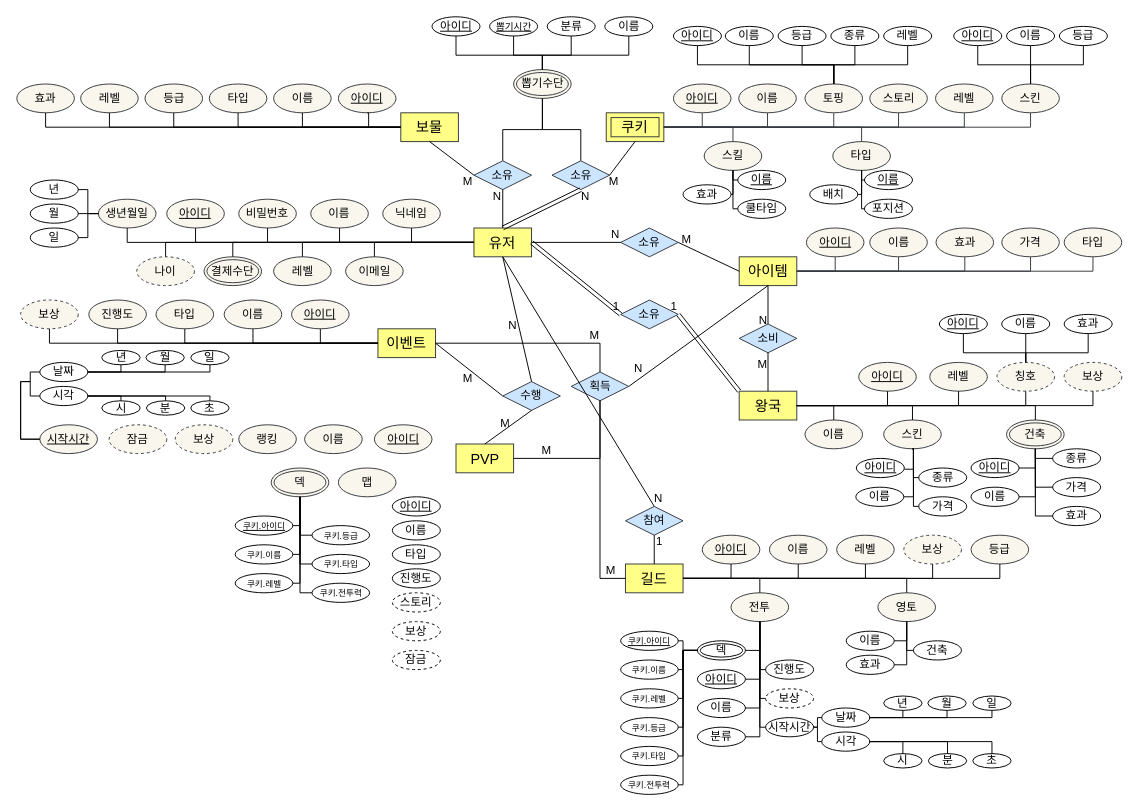
Earlier version of the draw.io diagram page "페이지-2" (2 of 3) of 제목 없는 다이어그램.drawio (breeze234/web1). Source tidied: cells renumbered, new cells numbered last; positions are measured from the earlier drawing's top-left corner, leaving out a move shared by most shapes. Both pictures are drawn from the tidied source at 96%, with x=0, y=0 at pixel (16, 16).
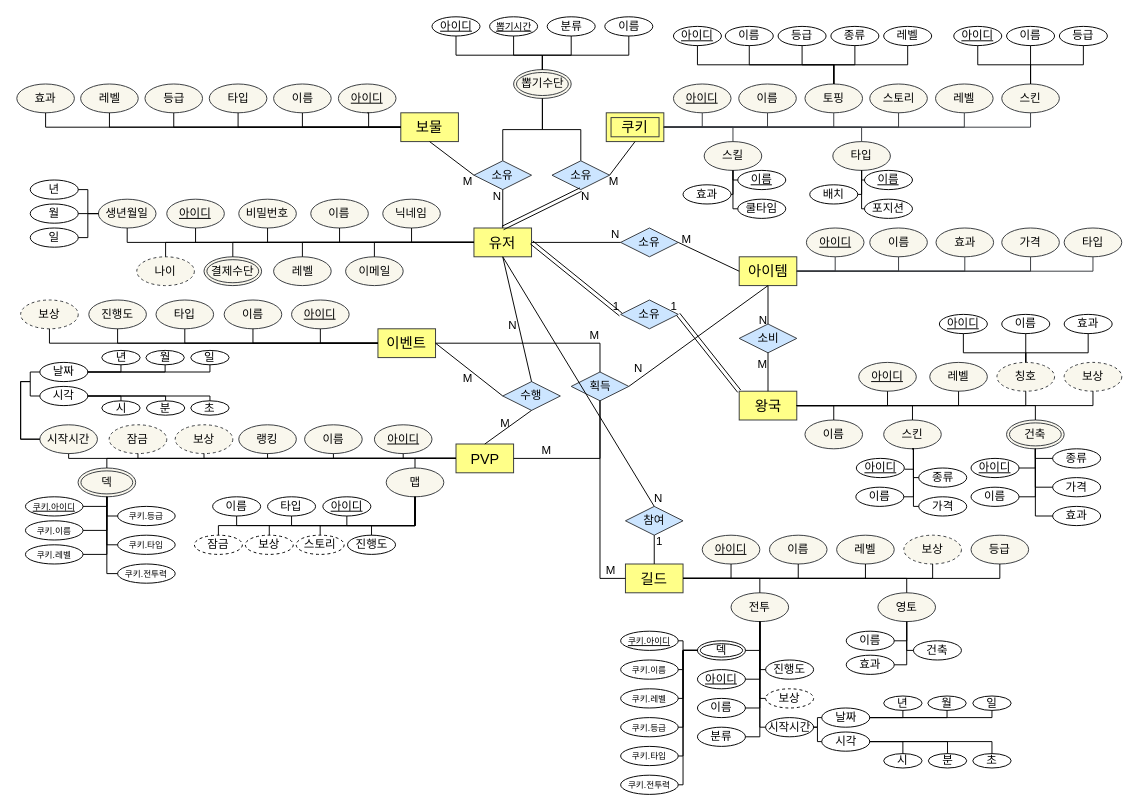
The same diagram, later.

Commit message (it also covers changes not shown here):
제목 없는 다이어그램.drawio 업데이트

The change refers to these unchanged cells:
```xml
<mxCell id="78" value="&lt;font style=&quot;font-size: 15px;&quot;&gt;PVP&lt;/font&gt;" style="whiteSpace=wrap;html=1;align=center;fillColor=#ffff88;strokeColor=#36393d;" parent="1" vertex="1">
  <mxGeometry x="457.5" y="445" width="60" height="30" as="geometry" />
</mxCell>
<mxCell id="120" value="&lt;u&gt;&lt;font style=&quot;font-size: 12px;&quot;&gt;아이디&lt;/font&gt;&lt;/u&gt;" style="ellipse;whiteSpace=wrap;html=1;fillColor=#f9f7ed;strokeColor=#36393d;" parent="1" vertex="1">
  <mxGeometry x="372.5" y="425" width="60" height="30" as="geometry" />
</mxCell>
<mxCell id="121" value="이름" style="ellipse;whiteSpace=wrap;html=1;fillColor=#f9f7ed;strokeColor=#36393d;" parent="1" vertex="1">
  <mxGeometry x="299.8" y="425" width="60" height="30" as="geometry" />
</mxCell>
<mxCell id="124" value="보상" style="ellipse;whiteSpace=wrap;html=1;dashed=1;fillColor=#f9f7ed;strokeColor=#36393d;" parent="1" vertex="1">
  <mxGeometry x="165" y="425" width="60" height="30" as="geometry" />
</mxCell>
<mxCell id="248" value="랭킹" style="ellipse;whiteSpace=wrap;html=1;fillColor=#f9f7ed;strokeColor=#36393d;" parent="1" vertex="1">
  <mxGeometry x="231.2" y="425" width="60" height="30" as="geometry" />
</mxCell>
<mxCell id="249" value="잠금" style="ellipse;whiteSpace=wrap;html=1;dashed=1;fillColor=#f9f7ed;strokeColor=#36393d;" parent="1" vertex="1">
  <mxGeometry x="96.2" y="425" width="60" height="30" as="geometry" />
</mxCell>
```

The edit, as a diff of the source:
```diff
@@
     <mxCell id="122" value="덱" style="ellipse;shape=doubleEllipse;margin=3;whiteSpace=wrap;html=1;align=center;fillColor=#f9f7ed;strokeColor=#36393d;" parent="1" vertex="1">
-      <mxGeometry x="265" y="470" width="60" height="30" as="geometry" />
+      <mxGeometry x="63.8" y="470" width="60" height="30" as="geometry" />
     </mxCell>
     <mxCell id="123" value="맵" style="ellipse;whiteSpace=wrap;html=1;fillColor=#f9f7ed;strokeColor=#36393d;" parent="1" vertex="1">
-      <mxGeometry x="335" y="470" width="60" height="30" as="geometry" />
+      <mxGeometry x="384.8" y="470" width="60" height="30" as="geometry" />
     </mxCell>
@@
-    <mxCell id="125" value="&lt;u&gt;시작시간&lt;/u&gt;" style="ellipse;whiteSpace=wrap;html=1;fillColor=#f9f7ed;strokeColor=#36393d;" parent="1" vertex="1">
+    <mxCell id="125" value="시작시간" style="ellipse;whiteSpace=wrap;html=1;fillColor=#f9f7ed;strokeColor=#36393d;" parent="1" vertex="1">
       <mxGeometry x="24" y="425" width="60" height="30" as="geometry" />
     </mxCell>
     <mxCell id="126" value="&lt;font style=&quot;font-size: 9px;&quot;&gt;&lt;u&gt;쿠키.아이디&lt;/u&gt;&lt;/font&gt;" style="ellipse;whiteSpace=wrap;html=1;" parent="1" vertex="1">
-      <mxGeometry x="227.5" y="520" width="60" height="20" as="geometry" />
+      <mxGeometry x="9" y="500" width="60" height="20" as="geometry" />
     </mxCell>
     <mxCell id="127" value="&lt;font style=&quot;font-size: 9px;&quot;&gt;쿠키.이름&lt;/font&gt;" style="ellipse;whiteSpace=wrap;html=1;" parent="1" vertex="1">
-      <mxGeometry x="227.5" y="550" width="60" height="20" as="geometry" />
+      <mxGeometry x="9" y="525" width="60" height="20" as="geometry" />
     </mxCell>
     <mxCell id="128" value="&lt;font style=&quot;font-size: 9px;&quot;&gt;쿠키.레벨&lt;/font&gt;" style="ellipse;whiteSpace=wrap;html=1;" parent="1" vertex="1">
-      <mxGeometry x="227.5" y="580" width="60" height="20" as="geometry" />
+      <mxGeometry x="9" y="550" width="60" height="20" as="geometry" />
     </mxCell>
     <mxCell id="129" value="&lt;font style=&quot;font-size: 9px;&quot;&gt;쿠키.등급&lt;/font&gt;" style="ellipse;whiteSpace=wrap;html=1;" parent="1" vertex="1">
-      <mxGeometry x="307.5" y="530" width="60" height="20" as="geometry" />
+      <mxGeometry x="105" y="510" width="60" height="20" as="geometry" />
     </mxCell>
     <mxCell id="130" value="&lt;font style=&quot;font-size: 9px;&quot;&gt;쿠키.타입&lt;/font&gt;" style="ellipse;whiteSpace=wrap;html=1;" parent="1" vertex="1">
-      <mxGeometry x="307.5" y="560" width="60" height="20" as="geometry" />
+      <mxGeometry x="105" y="540" width="60" height="20" as="geometry" />
     </mxCell>
     <mxCell id="131" value="&lt;font style=&quot;font-size: 9px;&quot;&gt;쿠키.전투력&lt;/font&gt;" style="ellipse;whiteSpace=wrap;html=1;" parent="1" vertex="1">
-      <mxGeometry x="307.5" y="590" width="60" height="20" as="geometry" />
+      <mxGeometry x="105" y="570" width="60" height="20" as="geometry" />
     </mxCell>
     <mxCell id="132" style="endArrow=none;html=1;rounded=0;exitX=0.5;exitY=1;exitDx=0;exitDy=0;edgeStyle=orthogonalEdgeStyle;entryX=1;entryY=0.5;entryDx=0;entryDy=0;" parent="1" edge="1" source="122" target="128">
       <mxGeometry relative="1" as="geometry">
         <Array as="points">
-          <mxPoint x="294.5" y="590" />
+          <mxPoint x="94" y="560" />
         </Array>
       </mxGeometry>
     </mxCell>
     <mxCell id="133" style="endArrow=none;html=1;rounded=0;edgeStyle=orthogonalEdgeStyle;entryX=0.5;entryY=1;entryDx=0;entryDy=0;exitX=0;exitY=0.5;exitDx=0;exitDy=0;" parent="1" edge="1" source="131" target="122">
       <mxGeometry relative="1" as="geometry">
         <Array as="points">
-          <mxPoint x="294.5" y="600" />
+          <mxPoint x="94" y="580" />
         </Array>
       </mxGeometry>
     </mxCell>
@@
     <mxCell id="136" style="endArrow=none;html=1;rounded=0;edgeStyle=orthogonalEdgeStyle;entryX=0.5;entryY=1;entryDx=0;entryDy=0;exitX=1;exitY=0.5;exitDx=0;exitDy=0;" parent="1" edge="1" source="126" target="122">
       <mxGeometry relative="1" as="geometry">
         <Array as="points">
-          <mxPoint x="295.5" y="530" />
+          <mxPoint x="94" y="510" />
+          <mxPoint x="94" y="500" />
         </Array>
       </mxGeometry>
     </mxCell>
     <mxCell id="137" style="endArrow=none;html=1;rounded=0;edgeStyle=orthogonalEdgeStyle;entryX=0.5;entryY=1;entryDx=0;entryDy=0;exitX=1;exitY=0.5;exitDx=0;exitDy=0;" parent="1" edge="1" source="127" target="122">
       <mxGeometry relative="1" as="geometry">
         <Array as="points">
-          <mxPoint x="295.5" y="560" />
+          <mxPoint x="94" y="535" />
+          <mxPoint x="94" y="500" />
         </Array>
       </mxGeometry>
     </mxCell>
@@
     <mxCell id="250" value="&lt;u&gt;아이디&lt;/u&gt;" style="ellipse;whiteSpace=wrap;html=1;" parent="1" vertex="1">
-      <mxGeometry x="391.2" y="500" width="50" height="20" as="geometry" />
+      <mxGeometry x="318.8" y="500" width="50" height="20" as="geometry" />
     </mxCell>
     <mxCell id="251" value="이름" style="ellipse;whiteSpace=wrap;html=1;" parent="1" vertex="1">
-      <mxGeometry x="391.2" y="525" width="50" height="20" as="geometry" />
+      <mxGeometry x="204" y="500" width="50" height="20" as="geometry" />
     </mxCell>
     <mxCell id="252" value="타입" style="ellipse;whiteSpace=wrap;html=1;" parent="1" vertex="1">
-      <mxGeometry x="391.2" y="550" width="50" height="20" as="geometry" />
+      <mxGeometry x="261.2" y="500" width="50" height="20" as="geometry" />
     </mxCell>
     <mxCell id="253" value="진행도" style="ellipse;whiteSpace=wrap;html=1;" parent="1" vertex="1">
-      <mxGeometry x="391.2" y="575" width="50" height="20" as="geometry" />
+      <mxGeometry x="344.5" y="540" width="50" height="20" as="geometry" />
     </mxCell>
     <mxCell id="254" value="스토리" style="ellipse;whiteSpace=wrap;html=1;dashed=1;" parent="1" vertex="1">
-      <mxGeometry x="391.2" y="600" width="50" height="20" as="geometry" />
+      <mxGeometry x="291" y="540" width="50" height="20" as="geometry" />
     </mxCell>
     <mxCell id="255" value="보상" style="ellipse;whiteSpace=wrap;html=1;dashed=1;" parent="1" vertex="1">
-      <mxGeometry x="391.2" y="630" width="50" height="20" as="geometry" />
+      <mxGeometry x="238" y="540" width="50" height="20" as="geometry" />
     </mxCell>
     <mxCell id="256" value="잠금" style="ellipse;whiteSpace=wrap;html=1;dashed=1;" parent="1" vertex="1">
-      <mxGeometry x="391.2" y="660" width="50" height="20" as="geometry" />
+      <mxGeometry x="185" y="540" width="50" height="20" as="geometry" />
     </mxCell>
@@
+    <mxCell id="310" style="endArrow=none;html=1;rounded=0;exitX=0.5;exitY=1;exitDx=0;exitDy=0;entryX=0;entryY=0.5;entryDx=0;entryDy=0;edgeStyle=orthogonalEdgeStyle;" parent="1" edge="1" source="125" target="78">
+      <mxGeometry relative="1" as="geometry">
+        <Array as="points">
+          <mxPoint x="54" y="460" />
+        </Array>
+      </mxGeometry>
+    </mxCell>
+    <mxCell id="311" style="endArrow=none;html=1;rounded=0;exitX=0.5;exitY=1;exitDx=0;exitDy=0;entryX=0;entryY=0.5;entryDx=0;entryDy=0;edgeStyle=orthogonalEdgeStyle;" parent="1" edge="1" source="249" target="78">
+      <mxGeometry relative="1" as="geometry">
+        <Array as="points">
+          <mxPoint x="126" y="460" />
+        </Array>
+      </mxGeometry>
+    </mxCell>
+    <mxCell id="312" style="endArrow=none;html=1;rounded=0;exitX=0.5;exitY=1;exitDx=0;exitDy=0;entryX=0;entryY=0.5;entryDx=0;entryDy=0;edgeStyle=orthogonalEdgeStyle;" parent="1" edge="1" source="124" target="78">
+      <mxGeometry relative="1" as="geometry">
+        <Array as="points">
+          <mxPoint x="195" y="460" />
+        </Array>
+      </mxGeometry>
+    </mxCell>
+    <mxCell id="313" style="endArrow=none;html=1;rounded=0;exitX=0.5;exitY=1;exitDx=0;exitDy=0;entryX=0;entryY=0.5;entryDx=0;entryDy=0;edgeStyle=orthogonalEdgeStyle;" parent="1" edge="1" source="248" target="78">
+      <mxGeometry relative="1" as="geometry">
+        <Array as="points">
+          <mxPoint x="261" y="460" />
+        </Array>
+      </mxGeometry>
+    </mxCell>
+    <mxCell id="314" style="endArrow=none;html=1;rounded=0;exitX=0.5;exitY=1;exitDx=0;exitDy=0;entryX=0;entryY=0.5;entryDx=0;entryDy=0;edgeStyle=orthogonalEdgeStyle;" parent="1" edge="1" source="121" target="78">
+      <mxGeometry relative="1" as="geometry">
+        <Array as="points">
+          <mxPoint x="330" y="460" />
+        </Array>
+      </mxGeometry>
+    </mxCell>
+    <mxCell id="315" style="endArrow=none;html=1;rounded=0;exitX=0.5;exitY=1;exitDx=0;exitDy=0;entryX=0;entryY=0.5;entryDx=0;entryDy=0;edgeStyle=orthogonalEdgeStyle;" parent="1" edge="1" source="120" target="78">
+      <mxGeometry relative="1" as="geometry">
+        <Array as="points">
+          <mxPoint x="403" y="460" />
+        </Array>
+      </mxGeometry>
+    </mxCell>
+    <mxCell id="316" style="endArrow=none;html=1;rounded=0;exitX=0.5;exitY=0;exitDx=0;exitDy=0;entryX=0;entryY=0.5;entryDx=0;entryDy=0;edgeStyle=orthogonalEdgeStyle;" parent="1" edge="1" source="122" target="78">
+      <mxGeometry relative="1" as="geometry" />
+    </mxCell>
+    <mxCell id="317" style="endArrow=none;html=1;rounded=0;exitX=0.5;exitY=0;exitDx=0;exitDy=0;entryX=0;entryY=0.5;entryDx=0;entryDy=0;edgeStyle=orthogonalEdgeStyle;" parent="1" edge="1" source="123" target="78">
+      <mxGeometry relative="1" as="geometry" />
+    </mxCell>
+    <mxCell id="318" style="endArrow=none;html=1;rounded=0;entryX=0.5;entryY=1;entryDx=0;entryDy=0;exitX=0.5;exitY=1;exitDx=0;exitDy=0;edgeStyle=orthogonalEdgeStyle;" parent="1" edge="1" source="251" target="123">
+      <mxGeometry relative="1" as="geometry" />
+    </mxCell>
+    <mxCell id="319" style="endArrow=none;html=1;rounded=0;entryX=0.5;entryY=1;entryDx=0;entryDy=0;exitX=0.5;exitY=0;exitDx=0;exitDy=0;edgeStyle=orthogonalEdgeStyle;" parent="1" edge="1" source="256" target="123">
+      <mxGeometry relative="1" as="geometry">
+        <Array as="points">
+          <mxPoint x="210" y="530" />
+          <mxPoint x="415" y="530" />
+        </Array>
+      </mxGeometry>
+    </mxCell>
+    <mxCell id="320" style="endArrow=none;html=1;rounded=0;entryX=0.5;entryY=1;entryDx=0;entryDy=0;exitX=0.5;exitY=0;exitDx=0;exitDy=0;edgeStyle=orthogonalEdgeStyle;" parent="1" edge="1" source="255" target="123">
+      <mxGeometry relative="1" as="geometry">
+        <Array as="points">
+          <mxPoint x="263" y="530" />
+          <mxPoint x="415" y="530" />
+        </Array>
+      </mxGeometry>
+    </mxCell>
+    <mxCell id="321" style="endArrow=none;html=1;rounded=0;entryX=0.5;entryY=1;entryDx=0;entryDy=0;exitX=0.5;exitY=1;exitDx=0;exitDy=0;edgeStyle=orthogonalEdgeStyle;" parent="1" edge="1" source="252" target="123">
+      <mxGeometry relative="1" as="geometry" />
+    </mxCell>
+    <mxCell id="322" style="endArrow=none;html=1;rounded=0;entryX=0.5;entryY=1;entryDx=0;entryDy=0;exitX=0.5;exitY=0;exitDx=0;exitDy=0;edgeStyle=orthogonalEdgeStyle;" parent="1" edge="1" source="254" target="123">
+      <mxGeometry relative="1" as="geometry">
+        <Array as="points">
+          <mxPoint x="316" y="530" />
+          <mxPoint x="415" y="530" />
+        </Array>
+      </mxGeometry>
+    </mxCell>
+    <mxCell id="323" style="endArrow=none;html=1;rounded=0;entryX=0.5;entryY=1;entryDx=0;entryDy=0;exitX=0.5;exitY=1;exitDx=0;exitDy=0;edgeStyle=orthogonalEdgeStyle;" parent="1" edge="1" source="250" target="123">
+      <mxGeometry relative="1" as="geometry" />
+    </mxCell>
+    <mxCell id="324" style="endArrow=none;html=1;rounded=0;entryX=0.5;entryY=1;entryDx=0;entryDy=0;exitX=0.5;exitY=0;exitDx=0;exitDy=0;edgeStyle=orthogonalEdgeStyle;" parent="1" edge="1" source="253" target="123">
+      <mxGeometry relative="1" as="geometry">
+        <Array as="points">
+          <mxPoint x="370" y="530" />
+          <mxPoint x="415" y="530" />
+        </Array>
+      </mxGeometry>
+    </mxCell>
```
